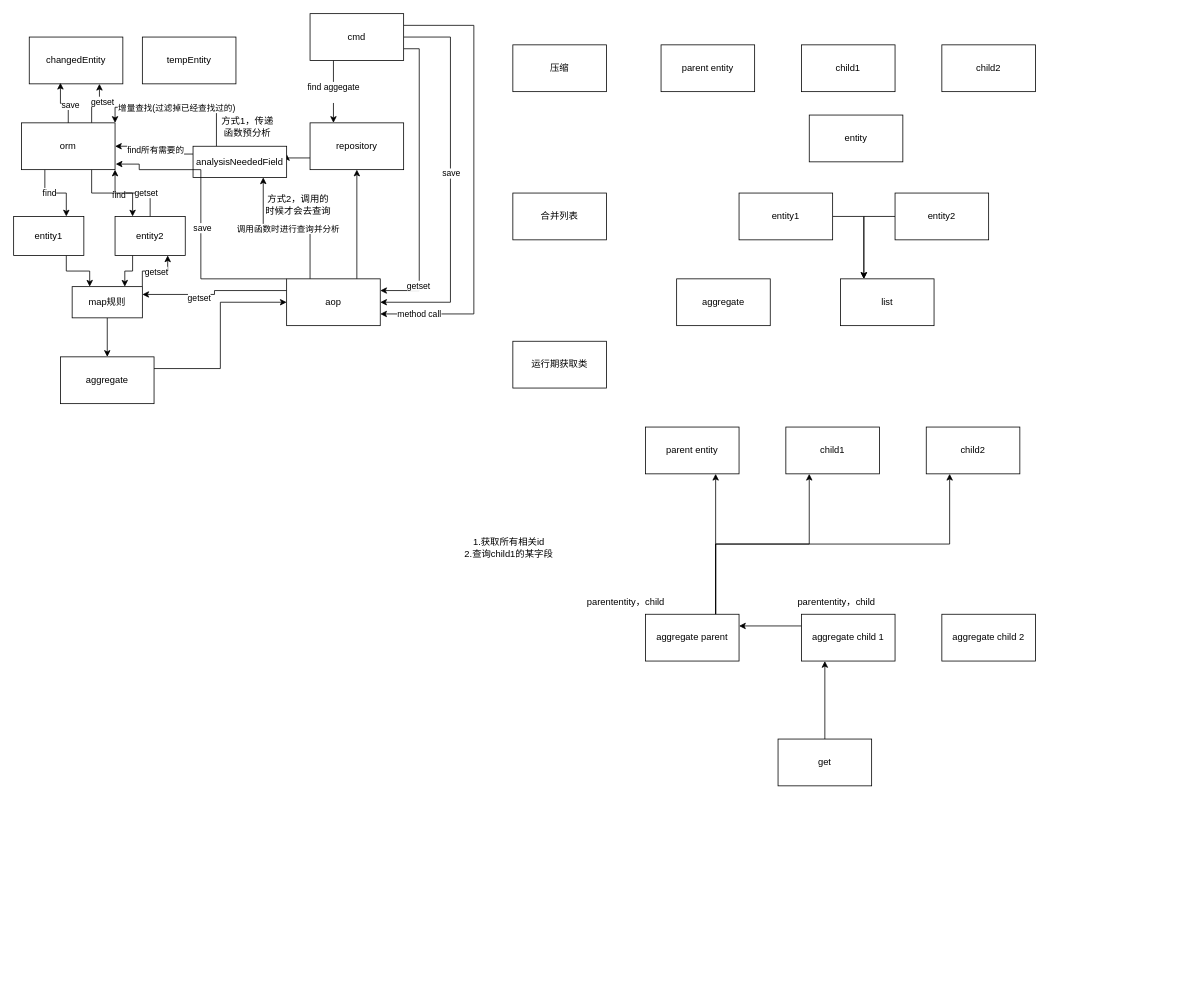
This is better-ddd/doc/better-ddd流程.drawio from morecup/jimmer-ddd, a draw.io file, before an edit. Source tidied: cells renumbered, new cells numbered last; positions are measured from the earlier drawing's top-left corner, leaving out a move shared by most shapes. Both pictures are drawn from the tidied source at 78%, with x=0, y=0 at pixel (13, 13).
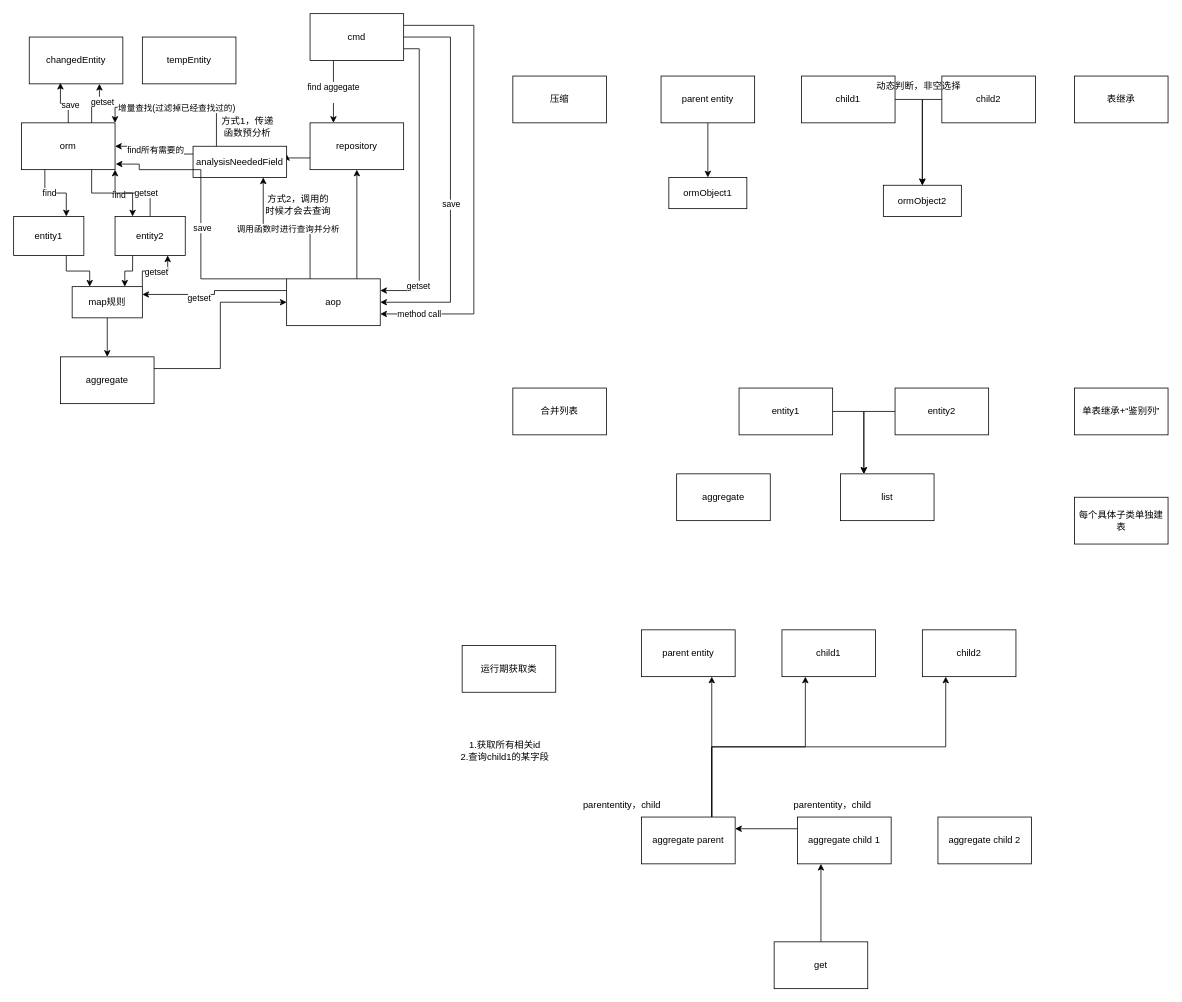
The same diagram, later.

The change refers to these unchanged cells:
```xml
<mxCell id="17" style="edgeStyle=orthogonalEdgeStyle;rounded=0;jettySize=auto;html=1;exitX=1;exitY=0.5;exitDx=0;exitDy=0;entryX=1;entryY=0.5;entryDx=0;entryDy=0;" parent="1" edge="1" source="19" target="33">
  <mxGeometry relative="1" as="geometry">
    <Array as="points">
      <mxPoint x="560" y="30" />
      <mxPoint x="560" y="370" />
    </Array>
  </mxGeometry>
</mxCell>
```

Diff of the diagram source:
```diff
@@
     <mxCell id="18" value="save" style="edgeLabel;html=1;align=center;verticalAlign=middle;" parent="17" vertex="1">
-      <mxGeometry x="-0.04" relative="1" as="geometry" />
+      <mxGeometry x="-0.04" relative="1" as="geometry">
+        <mxPoint y="40" as="offset" />
+      </mxGeometry>
     </mxCell>
@@
     <mxCell id="51" value="aggregate" style="rounded=0;whiteSpace=wrap;html=1;" parent="1" vertex="1">
-      <mxGeometry x="850" y="340" width="120" height="60" as="geometry" />
+      <mxGeometry x="850" y="590" width="120" height="60" as="geometry" />
     </mxCell>
+    <mxCell id="79" style="edgeStyle=orthogonalEdgeStyle;rounded=0;jettySize=auto;html=1;exitX=0.5;exitY=1;exitDx=0;exitDy=0;" parent="1" edge="1" source="52" target="60">
+      <mxGeometry relative="1" as="geometry" />
+    </mxCell>
     <mxCell id="52" value="parent entity" style="rounded=0;whiteSpace=wrap;html=1;" parent="1" vertex="1">
-      <mxGeometry x="830" y="40" width="120" height="60" as="geometry" />
+      <mxGeometry x="830" y="80" width="120" height="60" as="geometry" />
     </mxCell>
+    <mxCell id="80" style="edgeStyle=orthogonalEdgeStyle;rounded=0;jettySize=auto;html=1;exitX=1;exitY=0.5;exitDx=0;exitDy=0;entryX=0.5;entryY=0;entryDx=0;entryDy=0;" parent="1" edge="1" source="53" target="85">
+      <mxGeometry relative="1" as="geometry" />
+    </mxCell>
     <mxCell id="53" value="child1" style="rounded=0;whiteSpace=wrap;html=1;" parent="1" vertex="1">
-      <mxGeometry x="1010" y="40" width="120" height="60" as="geometry" />
+      <mxGeometry x="1010" y="80" width="120" height="60" as="geometry" />
     </mxCell>
+    <mxCell id="81" style="edgeStyle=orthogonalEdgeStyle;rounded=0;jettySize=auto;html=1;exitX=0;exitY=0.5;exitDx=0;exitDy=0;entryX=0.5;entryY=0;entryDx=0;entryDy=0;" parent="1" edge="1" source="54" target="85">
+      <mxGeometry relative="1" as="geometry" />
+    </mxCell>
     <mxCell id="54" value="child2" style="rounded=0;whiteSpace=wrap;html=1;" parent="1" vertex="1">
-      <mxGeometry x="1190" y="40" width="120" height="60" as="geometry" />
+      <mxGeometry x="1190" y="80" width="120" height="60" as="geometry" />
     </mxCell>
     <mxCell id="55" value="list" style="rounded=0;whiteSpace=wrap;html=1;" parent="1" vertex="1">
-      <mxGeometry x="1060" y="340" width="120" height="60" as="geometry" />
+      <mxGeometry x="1060" y="590" width="120" height="60" as="geometry" />
     </mxCell>
@@
     <mxCell id="57" value="entity1" style="rounded=0;whiteSpace=wrap;html=1;" parent="1" vertex="1">
-      <mxGeometry x="930" y="230" width="120" height="60" as="geometry" />
+      <mxGeometry x="930" y="480" width="120" height="60" as="geometry" />
     </mxCell>
@@
     <mxCell id="59" value="entity2" style="rounded=0;whiteSpace=wrap;html=1;" parent="1" vertex="1">
-      <mxGeometry x="1130" y="230" width="120" height="60" as="geometry" />
+      <mxGeometry x="1130" y="480" width="120" height="60" as="geometry" />
     </mxCell>
-    <mxCell id="60" value="entity" style="rounded=0;whiteSpace=wrap;html=1;" parent="1" vertex="1">
-      <mxGeometry x="1020" y="130" width="120" height="60" as="geometry" />
+    <mxCell id="60" value="ormObject1" style="rounded=0;whiteSpace=wrap;html=1;" parent="1" vertex="1">
+      <mxGeometry x="840" y="210" width="100" height="40" as="geometry" />
     </mxCell>
     <mxCell id="61" value="压缩" style="rounded=0;whiteSpace=wrap;html=1;" parent="1" vertex="1">
-      <mxGeometry x="640" y="40" width="120" height="60" as="geometry" />
+      <mxGeometry x="640" y="80" width="120" height="60" as="geometry" />
     </mxCell>
     <mxCell id="62" value="合并列表" style="rounded=0;whiteSpace=wrap;html=1;" parent="1" vertex="1">
-      <mxGeometry x="640" y="230" width="120" height="60" as="geometry" />
+      <mxGeometry x="640" y="480" width="120" height="60" as="geometry" />
     </mxCell>
     <mxCell id="63" value="运行期获取类" style="rounded=0;whiteSpace=wrap;html=1;" parent="1" vertex="1">
-      <mxGeometry x="640" y="420" width="120" height="60" as="geometry" />
+      <mxGeometry x="575" y="810" width="120" height="60" as="geometry" />
     </mxCell>
     <mxCell id="64" value="parent entity" style="rounded=0;whiteSpace=wrap;html=1;" parent="1" vertex="1">
-      <mxGeometry x="810" y="530" width="120" height="60" as="geometry" />
+      <mxGeometry x="805" y="790" width="120" height="60" as="geometry" />
     </mxCell>
     <mxCell id="65" value="child1" style="rounded=0;whiteSpace=wrap;html=1;" parent="1" vertex="1">
-      <mxGeometry x="990" y="530" width="120" height="60" as="geometry" />
+      <mxGeometry x="985" y="790" width="120" height="60" as="geometry" />
     </mxCell>
     <mxCell id="66" value="child2" style="rounded=0;whiteSpace=wrap;html=1;" parent="1" vertex="1">
-      <mxGeometry x="1170" y="530" width="120" height="60" as="geometry" />
+      <mxGeometry x="1165" y="790" width="120" height="60" as="geometry" />
     </mxCell>
@@
     <mxCell id="70" value="aggregate parent" style="rounded=0;whiteSpace=wrap;html=1;" parent="1" vertex="1">
-      <mxGeometry x="810" y="770" width="120" height="60" as="geometry" />
+      <mxGeometry x="805" y="1030" width="120" height="60" as="geometry" />
     </mxCell>
@@
     <mxCell id="72" value="aggregate child 1" style="rounded=0;whiteSpace=wrap;html=1;" parent="1" vertex="1">
-      <mxGeometry x="1010" y="770" width="120" height="60" as="geometry" />
+      <mxGeometry x="1005" y="1030" width="120" height="60" as="geometry" />
     </mxCell>
     <mxCell id="73" value="aggregate child 2" style="rounded=0;whiteSpace=wrap;html=1;" parent="1" vertex="1">
-      <mxGeometry x="1190" y="770" width="120" height="60" as="geometry" />
+      <mxGeometry x="1185" y="1030" width="120" height="60" as="geometry" />
     </mxCell>
@@
     <mxCell id="75" value="get" style="rounded=0;whiteSpace=wrap;html=1;" parent="1" vertex="1">
-      <mxGeometry x="980" y="930" width="120" height="60" as="geometry" />
+      <mxGeometry x="975" y="1190" width="120" height="60" as="geometry" />
     </mxCell>
     <mxCell id="76" value="parententity，child" style="text;html=1;align=center;verticalAlign=middle;whiteSpace=wrap;rounded=0;" parent="1" vertex="1">
-      <mxGeometry x="680" y="740" width="210" height="30" as="geometry" />
+      <mxGeometry x="675" y="1000" width="210" height="30" as="geometry" />
     </mxCell>
     <mxCell id="77" value="1.获取所有相关id&lt;div&gt;2.查询child1的某字段&lt;/div&gt;" style="text;html=1;align=center;verticalAlign=middle;whiteSpace=wrap;rounded=0;" parent="1" vertex="1">
-      <mxGeometry x="520" y="630" width="230" height="110" as="geometry" />
+      <mxGeometry x="515" y="890" width="230" height="110" as="geometry" />
     </mxCell>
     <mxCell id="78" value="parententity，child" style="text;html=1;align=center;verticalAlign=middle;whiteSpace=wrap;rounded=0;" parent="1" vertex="1">
-      <mxGeometry x="990" y="740" width="130" height="30" as="geometry" />
+      <mxGeometry x="985" y="1000" width="130" height="30" as="geometry" />
     </mxCell>
+    <mxCell id="82" value="表继承" style="rounded=0;whiteSpace=wrap;html=1;" parent="1" vertex="1">
+      <mxGeometry x="1360" y="80" width="120" height="60" as="geometry" />
+    </mxCell>
+    <mxCell id="83" value="&lt;div&gt;&lt;span class=&quot;universal-card-text&quot;&gt;单表继承+&lt;/span&gt;&lt;span style=&quot;background-color: initial;&quot;&gt;“鉴别列”&lt;/span&gt;&lt;/div&gt;" style="rounded=0;whiteSpace=wrap;html=1;" parent="1" vertex="1">
+      <mxGeometry x="1360" y="480" width="120" height="60" as="geometry" />
+    </mxCell>
+    <mxCell id="84" value="&lt;div&gt;&lt;span class=&quot;universal-card-text&quot;&gt;每个具体子类单独建表&lt;/span&gt;&lt;/div&gt;" style="rounded=0;whiteSpace=wrap;html=1;" parent="1" vertex="1">
+      <mxGeometry x="1360" y="620" width="120" height="60" as="geometry" />
+    </mxCell>
+    <mxCell id="85" value="ormObject2" style="rounded=0;whiteSpace=wrap;html=1;" parent="1" vertex="1">
+      <mxGeometry x="1115" y="220" width="100" height="40" as="geometry" />
+    </mxCell>
+    <mxCell id="86" value="动态判断，非空选择" style="text;html=1;align=center;verticalAlign=middle;strokeColor=none;fillColor=none;" parent="1" vertex="1">
+      <mxGeometry x="1095" y="78" width="130" height="30" as="geometry" />
+    </mxCell>
```
